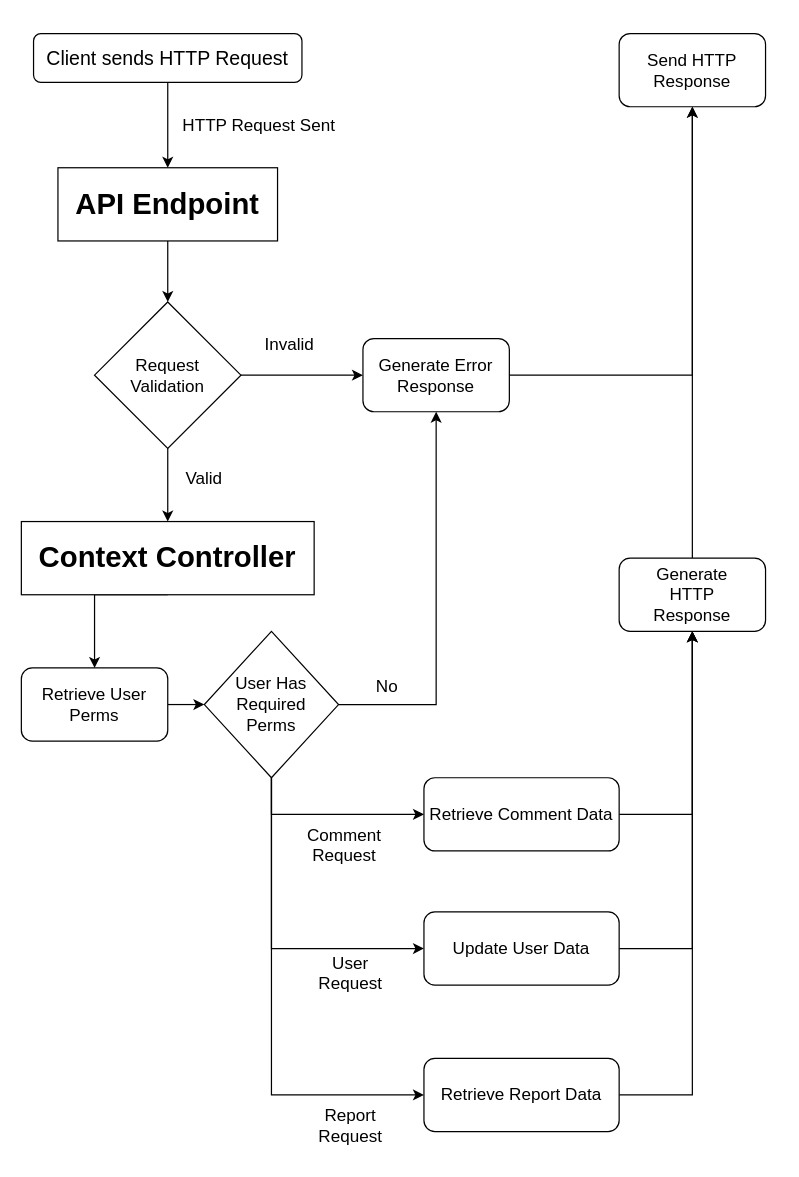
comment-anything/design keeps this draw.io diagram as Diagrams/DataFlow.drawio. Above is the earlier version. Source tidied: cells renumbered, new cells numbered last; positions are measured from the earlier drawing's top-left corner, leaving out a move shared by most shapes. Both pictures are drawn from the tidied source at 122%, with x=0, y=0 at pixel (21, 33).
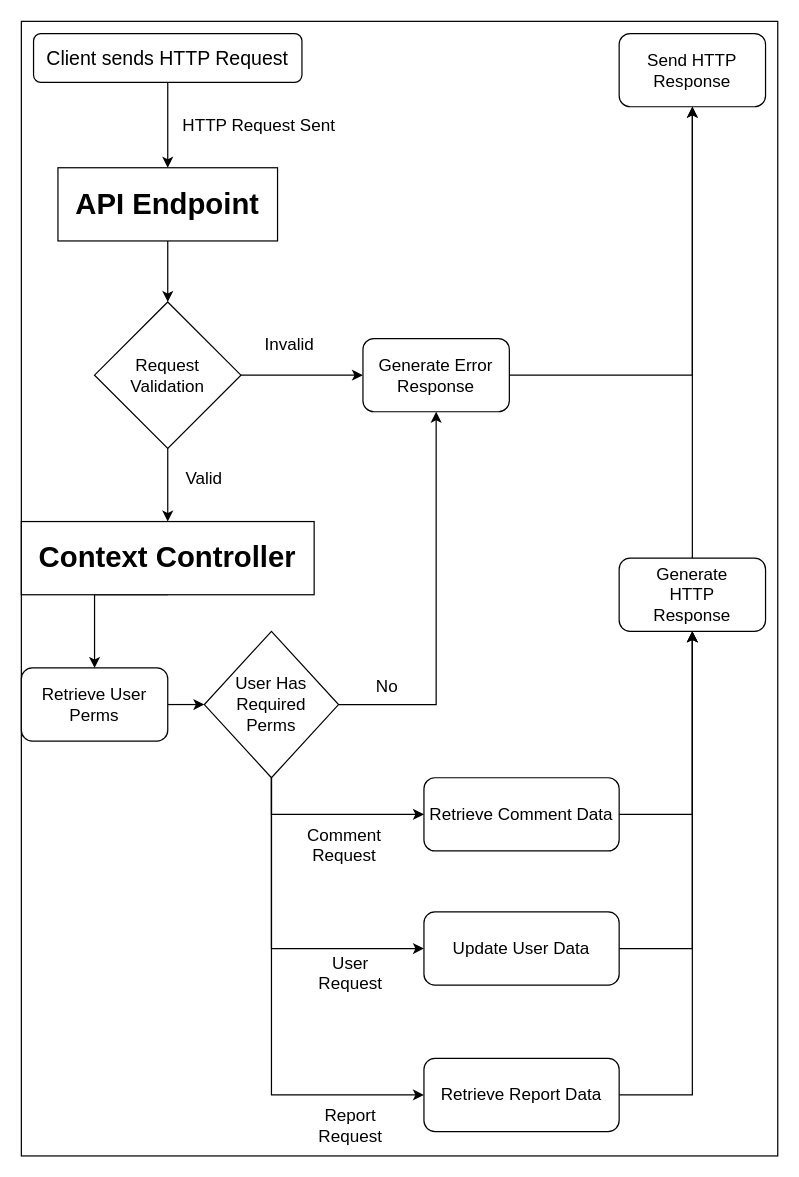
After the change.

What changed in the source:
```diff
@@
+    <mxCell id="41" style="rounded=0;whiteSpace=wrap;html=1;fontSize=14;" parent="1" vertex="1">
+      <mxGeometry y="-10" width="620" height="930" as="geometry" />
+    </mxCell>
```
